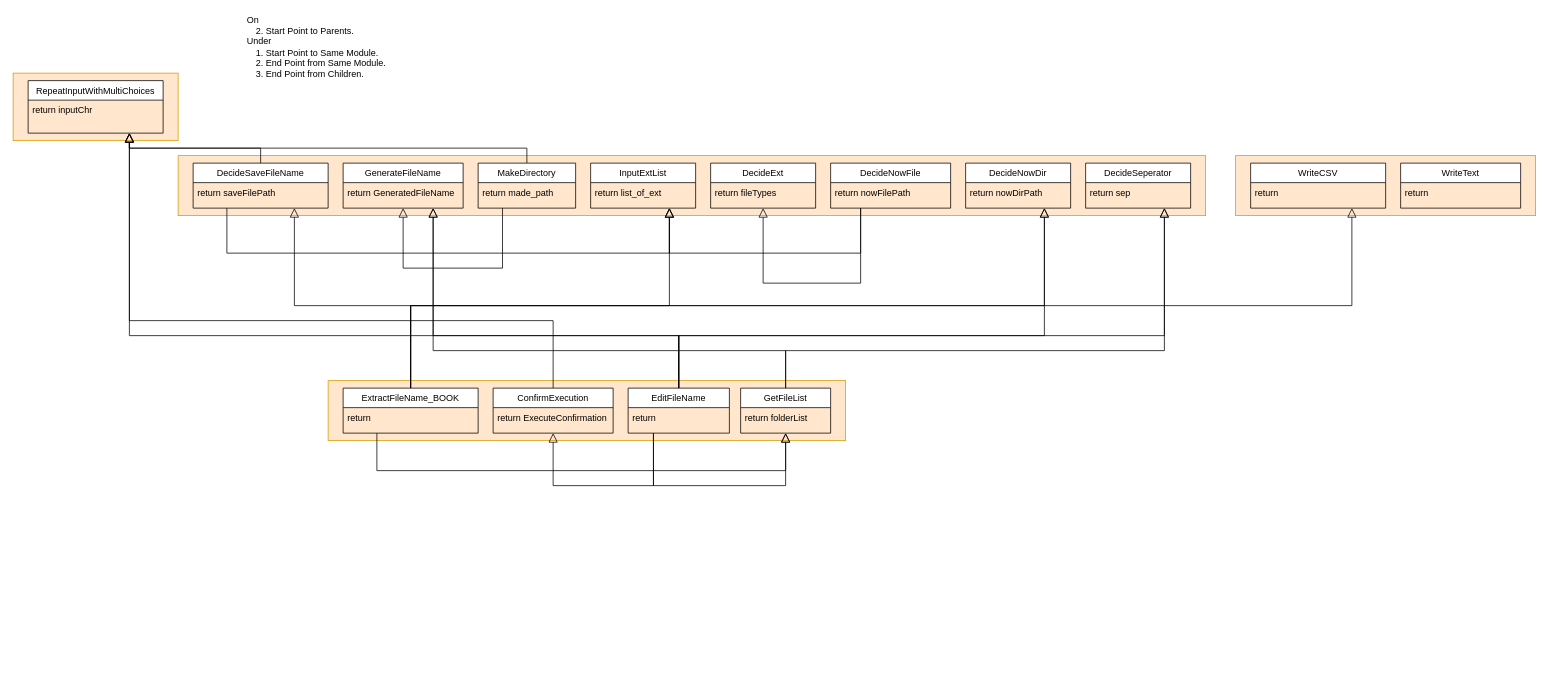
Earlier version of the draw.io diagram page "04_FileListGetter" (5 of 7) of LandmasterLibrary/_Module_Diagram.drawio (landmaster135/pyclone-tornado). Source tidied: cells renumbered, new cells numbered last; positions are measured from the earlier drawing's top-left corner, leaving out a move shared by most shapes. Both pictures are drawn from the tidied source at 75%, with x=0, y=0 at pixel (13, 13).
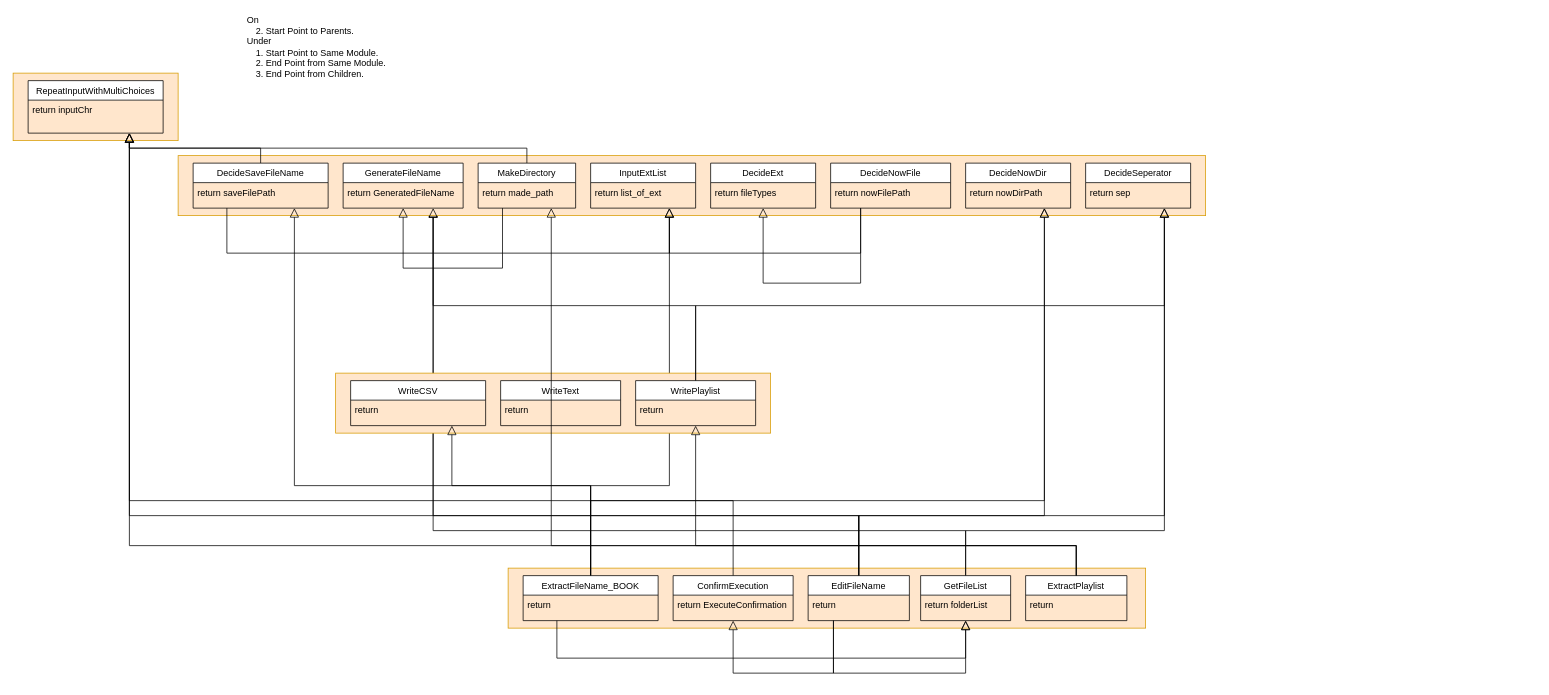
The same page after the edit.

Unchanged cells that the change refers to:
```xml
<mxCell id="6" value="RepeatInputWithMultiChoices" style="swimlane;fontStyle=0;align=center;verticalAlign=top;horizontal=1;startSize=26;rounded=0;shadow=0;strokeWidth=1;" parent="1" vertex="1">
  <mxGeometry x="20" y="90" width="180" height="70" as="geometry" />
</mxCell>
<mxCell id="20" value="DecideSaveFileName" style="swimlane;fontStyle=0;align=center;verticalAlign=top;horizontal=1;startSize=26;rounded=0;shadow=0;strokeWidth=1;" parent="1" vertex="1">
  <mxGeometry x="240" y="200" width="180" height="60" as="geometry" />
</mxCell>
<mxCell id="22" value="GenerateFileName" style="swimlane;fontStyle=0;align=center;verticalAlign=top;horizontal=1;startSize=26;rounded=0;shadow=0;strokeWidth=1;" parent="1" vertex="1">
  <mxGeometry x="440" y="200" width="160" height="60" as="geometry" />
</mxCell>
<mxCell id="24" value="MakeDirectory" style="swimlane;fontStyle=0;align=center;verticalAlign=top;horizontal=1;startSize=26;rounded=0;shadow=0;strokeWidth=1;" parent="1" vertex="1">
  <mxGeometry x="620" y="200" width="130" height="60" as="geometry" />
</mxCell>
<mxCell id="30" value="InputExtList" style="swimlane;fontStyle=0;align=center;verticalAlign=top;horizontal=1;startSize=26;rounded=0;shadow=0;strokeWidth=1;" parent="1" vertex="1">
  <mxGeometry x="770" y="200" width="140" height="60" as="geometry" />
</mxCell>
<mxCell id="32" value="DecideNowDir" style="swimlane;fontStyle=0;align=center;verticalAlign=top;horizontal=1;startSize=26;rounded=0;shadow=0;strokeWidth=1;" parent="1" vertex="1">
  <mxGeometry x="1270" y="200" width="140" height="60" as="geometry" />
</mxCell>
<mxCell id="34" value="DecideSeperator" style="swimlane;fontStyle=0;align=center;verticalAlign=top;horizontal=1;startSize=26;rounded=0;shadow=0;strokeWidth=1;" parent="1" vertex="1">
  <mxGeometry x="1430" y="200" width="140" height="60" as="geometry" />
</mxCell>
```

What changed in the source:
```diff
@@
+    <mxCell id="3" style="rounded=0;whiteSpace=wrap;html=1;fillColor=#ffe6cc;strokeColor=#d79b00;" parent="1" vertex="1">
+      <mxGeometry x="660" y="740" width="850" height="80" as="geometry" />
+    </mxCell>
+    <mxCell id="57" style="endArrow=block;endSize=10;endFill=0;shadow=0;strokeWidth=1;rounded=0;edgeStyle=elbowEdgeStyle;elbow=vertical;exitX=0.5;exitY=0;exitDx=0;exitDy=0;entryX=0.75;entryY=1;entryDx=0;entryDy=0;" parent="1" edge="1" source="64" target="6">
+      <mxGeometry relative="1" as="geometry">
+        <Array as="points">
+          <mxPoint x="1000" y="710" />
+          <mxPoint x="800" y="660" />
+        </Array>
+      </mxGeometry>
+    </mxCell>
+    <mxCell id="49" style="endArrow=block;endSize=10;endFill=0;shadow=0;strokeWidth=1;rounded=0;edgeStyle=elbowEdgeStyle;elbow=vertical;exitX=0.5;exitY=0;exitDx=0;exitDy=0;" parent="1" edge="1" source="52">
+      <mxGeometry relative="1" as="geometry">
+        <mxPoint x="560" y="260" as="targetPoint" />
+        <Array as="points">
+          <mxPoint x="820" y="690" />
+          <mxPoint x="790" y="650" />
+        </Array>
+      </mxGeometry>
+    </mxCell>
+    <mxCell id="54" style="endArrow=block;endSize=10;endFill=0;shadow=0;strokeWidth=1;rounded=0;edgeStyle=elbowEdgeStyle;elbow=vertical;exitX=0.5;exitY=0;exitDx=0;exitDy=0;entryX=0.75;entryY=1;entryDx=0;entryDy=0;" parent="1" edge="1" source="50" target="34">
+      <mxGeometry relative="1" as="geometry">
+        <Array as="points">
+          <mxPoint x="1220" y="670" />
+          <mxPoint x="1210" y="650" />
+          <mxPoint x="960" y="430" />
+        </Array>
+      </mxGeometry>
+    </mxCell>
+    <mxCell id="48" style="endArrow=block;endSize=10;endFill=0;shadow=0;strokeWidth=1;rounded=0;edgeStyle=elbowEdgeStyle;elbow=vertical;entryX=0.75;entryY=1;entryDx=0;entryDy=0;exitX=0.5;exitY=0;exitDx=0;exitDy=0;" parent="1" edge="1" source="50" target="22">
+      <mxGeometry relative="1" as="geometry">
+        <Array as="points">
+          <mxPoint x="720" y="670" />
+        </Array>
+      </mxGeometry>
+    </mxCell>
+    <mxCell id="14" style="endArrow=block;endSize=10;endFill=0;shadow=0;strokeWidth=1;rounded=0;edgeStyle=elbowEdgeStyle;elbow=vertical;exitX=0.5;exitY=0;exitDx=0;exitDy=0;entryX=0.75;entryY=1;entryDx=0;entryDy=0;" parent="1" edge="1" source="40" target="30">
+      <mxGeometry relative="1" as="geometry">
+        <Array as="points">
+          <mxPoint x="730" y="630" />
+          <mxPoint x="750" y="640" />
+          <mxPoint x="700" y="590" />
+        </Array>
+      </mxGeometry>
+    </mxCell>
+    <mxCell id="58" style="rounded=0;whiteSpace=wrap;html=1;fillColor=#ffe6cc;strokeColor=#d79b00;" parent="1" vertex="1">
+      <mxGeometry x="430" y="480" width="580" height="80" as="geometry" />
+    </mxCell>
@@
-    <mxCell id="3" style="rounded=0;whiteSpace=wrap;html=1;fillColor=#ffe6cc;strokeColor=#d79b00;" parent="1" vertex="1">
-      <mxGeometry x="420" y="490" width="690" height="80" as="geometry" />
-    </mxCell>
@@
     <mxCell id="13" style="endArrow=block;endSize=10;endFill=0;shadow=0;strokeWidth=1;rounded=0;edgeStyle=elbowEdgeStyle;elbow=vertical;entryX=0.5;entryY=1;entryDx=0;entryDy=0;exitX=0.25;exitY=1;exitDx=0;exitDy=0;" parent="1" edge="1" source="40" target="52">
       <mxGeometry relative="1" as="geometry">
         <Array as="points">
-          <mxPoint x="840" y="610" />
+          <mxPoint x="1080" y="860" />
         </Array>
       </mxGeometry>
     </mxCell>
-    <mxCell id="14" style="endArrow=block;endSize=10;endFill=0;shadow=0;strokeWidth=1;rounded=0;edgeStyle=elbowEdgeStyle;elbow=vertical;exitX=0.5;exitY=0;exitDx=0;exitDy=0;entryX=0.75;entryY=1;entryDx=0;entryDy=0;" parent="1" edge="1" source="40" target="30">
-      <mxGeometry relative="1" as="geometry">
-        <Array as="points">
-          <mxPoint x="610" y="390" />
-        </Array>
-      </mxGeometry>
-    </mxCell>
     <mxCell id="15" style="endArrow=block;endSize=10;endFill=0;shadow=0;strokeWidth=1;rounded=0;edgeStyle=elbowEdgeStyle;elbow=vertical;exitX=0.5;exitY=0;exitDx=0;exitDy=0;entryX=0.75;entryY=1;entryDx=0;entryDy=0;" parent="1" edge="1" source="40" target="32">
       <mxGeometry relative="1" as="geometry">
         <Array as="points">
-          <mxPoint x="860" y="390" />
+          <mxPoint x="1070" y="650" />
+          <mxPoint x="950" y="590" />
         </Array>
       </mxGeometry>
     </mxCell>
     <mxCell id="16" style="endArrow=block;endSize=10;endFill=0;shadow=0;strokeWidth=1;rounded=0;edgeStyle=elbowEdgeStyle;elbow=vertical;entryX=0.75;entryY=1;entryDx=0;entryDy=0;exitX=0.5;exitY=0;exitDx=0;exitDy=0;" parent="1" edge="1" source="40" target="20">
       <mxGeometry relative="1" as="geometry">
         <Array as="points">
-          <mxPoint x="330" y="390" />
+          <mxPoint x="450" y="630" />
         </Array>
       </mxGeometry>
     </mxCell>
-    <mxCell id="17" style="rounded=0;whiteSpace=wrap;html=1;fillColor=#ffe6cc;strokeColor=#d79b00;" parent="1" vertex="1">
-      <mxGeometry x="1630" y="190" width="400" height="80" as="geometry" />
-    </mxCell>
-    <mxCell id="18" style="endArrow=block;endSize=10;endFill=0;shadow=0;strokeWidth=1;rounded=0;edgeStyle=elbowEdgeStyle;elbow=vertical;entryX=0.75;entryY=1;entryDx=0;entryDy=0;exitX=0.5;exitY=0;exitDx=0;exitDy=0;" parent="1" edge="1" source="40" target="36">
+    <mxCell id="18" style="endArrow=block;endSize=10;endFill=0;shadow=0;strokeWidth=1;rounded=0;edgeStyle=elbowEdgeStyle;elbow=vertical;exitX=0.5;exitY=0;exitDx=0;exitDy=0;entryX=0.75;entryY=1;entryDx=0;entryDy=0;" parent="1" edge="1" source="40" target="36">
       <mxGeometry relative="1" as="geometry">
         <Array as="points">
-          <mxPoint x="1050" y="390" />
+          <mxPoint x="560" y="630" />
         </Array>
       </mxGeometry>
     </mxCell>
     <mxCell id="19" style="endArrow=block;endSize=10;endFill=0;shadow=0;strokeWidth=1;rounded=0;edgeStyle=elbowEdgeStyle;elbow=vertical;exitX=0.5;exitY=0;exitDx=0;exitDy=0;entryX=0.75;entryY=1;entryDx=0;entryDy=0;" parent="1" edge="1" source="42" target="6">
       <mxGeometry relative="1" as="geometry">
         <Array as="points">
-          <mxPoint x="780" y="410" />
+          <mxPoint x="440" y="650" />
           <mxPoint x="940" y="410" />
         </Array>
       </mxGeometry>
     </mxCell>
@@
+    <mxCell id="44" style="endArrow=block;endSize=10;endFill=0;shadow=0;strokeWidth=1;rounded=0;edgeStyle=elbowEdgeStyle;elbow=vertical;exitX=0.5;exitY=0;exitDx=0;exitDy=0;entryX=0.75;entryY=1;entryDx=0;entryDy=0;" parent="1" edge="1" source="50" target="32">
+      <mxGeometry relative="1" as="geometry">
+        <Array as="points">
+          <mxPoint x="1130" y="670" />
+          <mxPoint x="950" y="420" />
+        </Array>
+      </mxGeometry>
+    </mxCell>
+    <mxCell id="45" style="endArrow=block;endSize=10;endFill=0;shadow=0;strokeWidth=1;rounded=0;edgeStyle=elbowEdgeStyle;elbow=vertical;exitX=0.25;exitY=1;exitDx=0;exitDy=0;entryX=0.5;entryY=1;entryDx=0;entryDy=0;" parent="1" edge="1" source="50" target="52">
+      <mxGeometry relative="1" as="geometry">
+        <Array as="points">
+          <mxPoint x="1290" y="880" />
+        </Array>
+      </mxGeometry>
+    </mxCell>
+    <mxCell id="46" style="endArrow=block;endSize=10;endFill=0;shadow=0;strokeWidth=1;rounded=0;edgeStyle=elbowEdgeStyle;elbow=vertical;exitX=0.5;exitY=0;exitDx=0;exitDy=0;entryX=0.75;entryY=1;entryDx=0;entryDy=0;" parent="1" edge="1" source="50" target="6">
+      <mxGeometry relative="1" as="geometry">
+        <Array as="points">
+          <mxPoint x="530" y="670" />
+        </Array>
+      </mxGeometry>
+    </mxCell>
+    <mxCell id="47" style="endArrow=block;endSize=10;endFill=0;shadow=0;strokeWidth=1;rounded=0;edgeStyle=elbowEdgeStyle;elbow=vertical;entryX=0.5;entryY=1;entryDx=0;entryDy=0;exitX=0.25;exitY=1;exitDx=0;exitDy=0;" parent="1" edge="1" source="50" target="42">
+      <mxGeometry relative="1" as="geometry">
+        <Array as="points">
+          <mxPoint x="1060" y="880" />
+        </Array>
+      </mxGeometry>
+    </mxCell>
+    <mxCell id="55" style="endArrow=block;endSize=10;endFill=0;shadow=0;strokeWidth=1;rounded=0;edgeStyle=elbowEdgeStyle;elbow=vertical;exitX=0.5;exitY=0;exitDx=0;exitDy=0;entryX=0.75;entryY=1;entryDx=0;entryDy=0;" parent="1" edge="1" source="52" target="34">
+      <mxGeometry relative="1" as="geometry">
+        <Array as="points">
+          <mxPoint x="1290" y="690" />
+          <mxPoint x="970" y="440" />
+        </Array>
+      </mxGeometry>
+    </mxCell>
+    <mxCell id="56" value="On&lt;br&gt;　2. Start Point to Parents.&lt;br&gt;Under&lt;br&gt;　1. Start Point to Same Module.&lt;br&gt;　2. End Point from Same Module.&lt;br&gt;　3. End Point from Children." style="text;html=1;strokeColor=none;fillColor=none;align=left;verticalAlign=middle;whiteSpace=wrap;rounded=0;" parent="1" vertex="1">
+      <mxGeometry x="310" width="240" height="90" as="geometry" />
+    </mxCell>
+    <mxCell id="59" style="endArrow=block;endSize=10;endFill=0;shadow=0;strokeWidth=1;rounded=0;edgeStyle=elbowEdgeStyle;elbow=vertical;exitX=0.5;exitY=0;exitDx=0;exitDy=0;entryX=0.75;entryY=1;entryDx=0;entryDy=0;" parent="1" edge="1" source="62">
+      <mxGeometry relative="1" as="geometry">
+        <mxPoint x="1535" y="260" as="targetPoint" />
+        <Array as="points">
+          <mxPoint x="1110" y="390" />
+        </Array>
+      </mxGeometry>
+    </mxCell>
+    <mxCell id="60" style="endArrow=block;endSize=10;endFill=0;shadow=0;strokeWidth=1;rounded=0;edgeStyle=elbowEdgeStyle;elbow=vertical;exitX=0.5;exitY=0;exitDx=0;exitDy=0;entryX=0.75;entryY=1;entryDx=0;entryDy=0;" parent="1" edge="1" source="62">
+      <mxGeometry relative="1" as="geometry">
+        <mxPoint x="560" y="260" as="targetPoint" />
+        <Array as="points">
+          <mxPoint x="630" y="390" />
+        </Array>
+      </mxGeometry>
+    </mxCell>
     <mxCell id="36" value="WriteCSV" style="swimlane;fontStyle=0;align=center;verticalAlign=top;horizontal=1;startSize=26;rounded=0;shadow=0;strokeWidth=1;" parent="1" vertex="1">
-      <mxGeometry x="1650" y="200" width="180" height="60" as="geometry" />
+      <mxGeometry x="450" y="490" width="180" height="60" as="geometry" />
     </mxCell>
@@
     <mxCell id="38" value="WriteText" style="swimlane;fontStyle=0;align=center;verticalAlign=top;horizontal=1;startSize=26;rounded=0;shadow=0;strokeWidth=1;" parent="1" vertex="1">
-      <mxGeometry x="1850" y="200" width="160" height="60" as="geometry" />
+      <mxGeometry x="650" y="490" width="160" height="60" as="geometry" />
     </mxCell>
-    <mxCell id="39" value="return" style="text;align=left;verticalAlign=top;spacingLeft=4;spacingRight=4;overflow=hidden;rounded=0;shadow=0;html=0;" parent="38" vertex="1">
-      <mxGeometry y="26" width="160" height="26" as="geometry" />
-    </mxCell>
+    <mxCell id="61" value="return" style="text;align=left;verticalAlign=top;spacingLeft=4;spacingRight=4;overflow=hidden;rounded=0;shadow=0;html=0;" parent="38" vertex="1">
+      <mxGeometry y="26" width="160" height="26" as="geometry" />
+    </mxCell>
+    <mxCell id="62" value="WritePlaylist" style="swimlane;fontStyle=0;align=center;verticalAlign=top;horizontal=1;startSize=26;rounded=0;shadow=0;strokeWidth=1;" parent="1" vertex="1">
+      <mxGeometry x="830" y="490" width="160" height="60" as="geometry" />
+    </mxCell>
+    <mxCell id="63" value="return" style="text;align=left;verticalAlign=top;spacingLeft=4;spacingRight=4;overflow=hidden;rounded=0;shadow=0;html=0;" parent="62" vertex="1">
+      <mxGeometry y="26" width="160" height="26" as="geometry" />
+    </mxCell>
     <mxCell id="40" value="ExtractFileName_BOOK" style="swimlane;fontStyle=0;align=center;verticalAlign=top;horizontal=1;startSize=26;rounded=0;shadow=0;strokeWidth=1;" parent="1" vertex="1">
-      <mxGeometry x="440" y="500" width="180" height="60" as="geometry" />
+      <mxGeometry x="680" y="750" width="180" height="60" as="geometry" />
     </mxCell>
@@
     <mxCell id="42" value="ConfirmExecution" style="swimlane;fontStyle=0;align=center;verticalAlign=top;horizontal=1;startSize=26;rounded=0;shadow=0;strokeWidth=1;" parent="1" vertex="1">
-      <mxGeometry x="640" y="500" width="160" height="60" as="geometry" />
+      <mxGeometry x="880" y="750" width="160" height="60" as="geometry" />
     </mxCell>
@@
-    <mxCell id="44" style="endArrow=block;endSize=10;endFill=0;shadow=0;strokeWidth=1;rounded=0;edgeStyle=elbowEdgeStyle;elbow=vertical;exitX=0.5;exitY=0;exitDx=0;exitDy=0;entryX=0.75;entryY=1;entryDx=0;entryDy=0;" parent="1" edge="1" source="50" target="32">
-      <mxGeometry relative="1" as="geometry">
-        <Array as="points">
-          <mxPoint x="1120" y="430" />
-          <mxPoint x="950" y="420" />
-        </Array>
-      </mxGeometry>
-    </mxCell>
-    <mxCell id="45" style="endArrow=block;endSize=10;endFill=0;shadow=0;strokeWidth=1;rounded=0;edgeStyle=elbowEdgeStyle;elbow=vertical;exitX=0.25;exitY=1;exitDx=0;exitDy=0;entryX=0.5;entryY=1;entryDx=0;entryDy=0;" parent="1" edge="1" source="50" target="52">
-      <mxGeometry relative="1" as="geometry">
-        <Array as="points">
-          <mxPoint x="1050" y="630" />
-        </Array>
-      </mxGeometry>
-    </mxCell>
-    <mxCell id="46" style="endArrow=block;endSize=10;endFill=0;shadow=0;strokeWidth=1;rounded=0;edgeStyle=elbowEdgeStyle;elbow=vertical;exitX=0.5;exitY=0;exitDx=0;exitDy=0;entryX=0.75;entryY=1;entryDx=0;entryDy=0;" parent="1" edge="1" source="50" target="6">
-      <mxGeometry relative="1" as="geometry">
-        <Array as="points">
-          <mxPoint x="490" y="430" />
-        </Array>
-      </mxGeometry>
-    </mxCell>
-    <mxCell id="47" style="endArrow=block;endSize=10;endFill=0;shadow=0;strokeWidth=1;rounded=0;edgeStyle=elbowEdgeStyle;elbow=vertical;entryX=0.5;entryY=1;entryDx=0;entryDy=0;exitX=0.25;exitY=1;exitDx=0;exitDy=0;" parent="1" edge="1" source="50" target="42">
-      <mxGeometry relative="1" as="geometry">
-        <Array as="points">
-          <mxPoint x="820" y="630" />
-        </Array>
-      </mxGeometry>
-    </mxCell>
-    <mxCell id="48" style="endArrow=block;endSize=10;endFill=0;shadow=0;strokeWidth=1;rounded=0;edgeStyle=elbowEdgeStyle;elbow=vertical;entryX=0.75;entryY=1;entryDx=0;entryDy=0;exitX=0.5;exitY=0;exitDx=0;exitDy=0;" parent="1" edge="1" source="50" target="22">
-      <mxGeometry relative="1" as="geometry">
-        <Array as="points">
-          <mxPoint x="490" y="430" />
-        </Array>
-      </mxGeometry>
-    </mxCell>
-    <mxCell id="49" style="endArrow=block;endSize=10;endFill=0;shadow=0;strokeWidth=1;rounded=0;edgeStyle=elbowEdgeStyle;elbow=vertical;exitX=0.5;exitY=0;exitDx=0;exitDy=0;" parent="1" edge="1" source="52">
-      <mxGeometry relative="1" as="geometry">
-        <mxPoint x="560" y="260" as="targetPoint" />
-        <Array as="points">
-          <mxPoint x="860" y="450" />
-        </Array>
-      </mxGeometry>
-    </mxCell>
     <mxCell id="50" value="EditFileName" style="swimlane;fontStyle=0;align=center;verticalAlign=top;horizontal=1;startSize=26;rounded=0;shadow=0;strokeWidth=1;" parent="1" vertex="1">
-      <mxGeometry x="820" y="500" width="135" height="60" as="geometry" />
+      <mxGeometry x="1060" y="750" width="135" height="60" as="geometry" />
     </mxCell>
@@
     <mxCell id="52" value="GetFileList" style="swimlane;fontStyle=0;align=center;verticalAlign=top;horizontal=1;startSize=26;rounded=0;shadow=0;strokeWidth=1;" parent="1" vertex="1">
-      <mxGeometry x="970" y="500" width="120" height="60" as="geometry" />
+      <mxGeometry x="1210" y="750" width="120" height="60" as="geometry" />
     </mxCell>
@@
-    <mxCell id="54" style="endArrow=block;endSize=10;endFill=0;shadow=0;strokeWidth=1;rounded=0;edgeStyle=elbowEdgeStyle;elbow=vertical;exitX=0.5;exitY=0;exitDx=0;exitDy=0;entryX=0.75;entryY=1;entryDx=0;entryDy=0;" parent="1" edge="1" source="50" target="34">
-      <mxGeometry relative="1" as="geometry">
-        <Array as="points">
-          <mxPoint x="1140" y="430" />
-          <mxPoint x="960" y="430" />
-        </Array>
-      </mxGeometry>
-    </mxCell>
-    <mxCell id="55" style="endArrow=block;endSize=10;endFill=0;shadow=0;strokeWidth=1;rounded=0;edgeStyle=elbowEdgeStyle;elbow=vertical;exitX=0.5;exitY=0;exitDx=0;exitDy=0;entryX=0.75;entryY=1;entryDx=0;entryDy=0;" parent="1" edge="1" source="52" target="34">
-      <mxGeometry relative="1" as="geometry">
-        <Array as="points">
-          <mxPoint x="1290" y="450" />
-          <mxPoint x="970" y="440" />
-        </Array>
-      </mxGeometry>
-    </mxCell>
-    <mxCell id="56" value="On&lt;br&gt;　2. Start Point to Parents.&lt;br&gt;Under&lt;br&gt;　1. Start Point to Same Module.&lt;br&gt;　2. End Point from Same Module.&lt;br&gt;　3. End Point from Children." style="text;html=1;strokeColor=none;fillColor=none;align=left;verticalAlign=middle;whiteSpace=wrap;rounded=0;" parent="1" vertex="1">
-      <mxGeometry x="310" width="240" height="90" as="geometry" />
-    </mxCell>
+    <mxCell id="64" value="ExtractPlaylist" style="swimlane;fontStyle=0;align=center;verticalAlign=top;horizontal=1;startSize=26;rounded=0;shadow=0;strokeWidth=1;" parent="1" vertex="1">
+      <mxGeometry x="1350" y="750" width="135" height="60" as="geometry" />
+    </mxCell>
+    <mxCell id="65" value="return" style="text;align=left;verticalAlign=top;spacingLeft=4;spacingRight=4;overflow=hidden;" parent="64" vertex="1">
+      <mxGeometry y="26" width="135" height="26" as="geometry" />
+    </mxCell>
+    <mxCell id="66" style="endArrow=block;endSize=10;endFill=0;shadow=0;strokeWidth=1;rounded=0;edgeStyle=elbowEdgeStyle;elbow=vertical;exitX=0.5;exitY=0;exitDx=0;exitDy=0;entryX=0.75;entryY=1;entryDx=0;entryDy=0;" parent="1" edge="1" source="64" target="24">
+      <mxGeometry relative="1" as="geometry">
+        <Array as="points">
+          <mxPoint x="1070" y="710" />
+          <mxPoint x="810" y="670" />
+        </Array>
+      </mxGeometry>
+    </mxCell>
+    <mxCell id="67" style="endArrow=block;endSize=10;endFill=0;shadow=0;strokeWidth=1;rounded=0;edgeStyle=elbowEdgeStyle;elbow=vertical;exitX=0.5;exitY=0;exitDx=0;exitDy=0;entryX=0.5;entryY=1;entryDx=0;entryDy=0;" parent="1" edge="1" source="64" target="62">
+      <mxGeometry relative="1" as="geometry">
+        <Array as="points">
+          <mxPoint x="1170" y="710" />
+          <mxPoint x="820" y="680" />
+        </Array>
+      </mxGeometry>
+    </mxCell>
```
